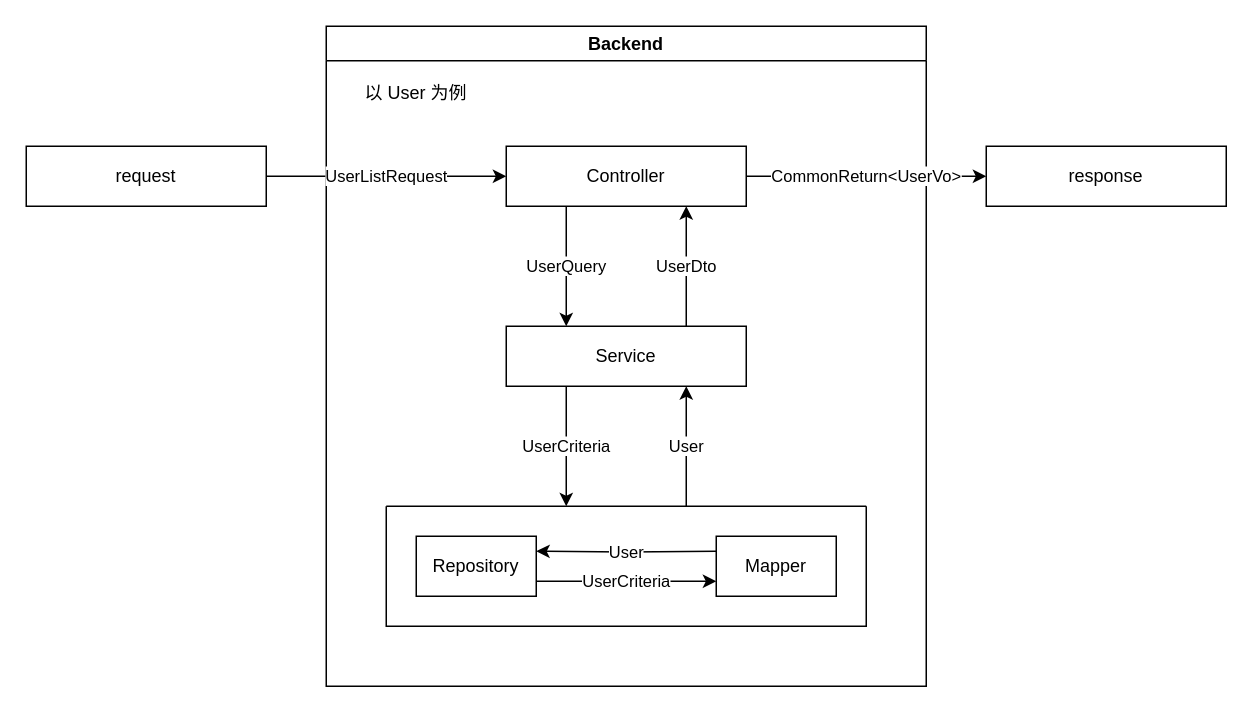
Above: docs/框架架构设计/后端分层设计细节.drawio in footprintcat/admin-template (draw.io), before the change. Source tidied: cells renumbered, new cells numbered last; positions are measured from the earlier drawing's top-left corner, leaving out a move shared by most shapes. Both pictures are drawn from the tidied source at 150%, with x=0, y=0 at pixel (26, 26).
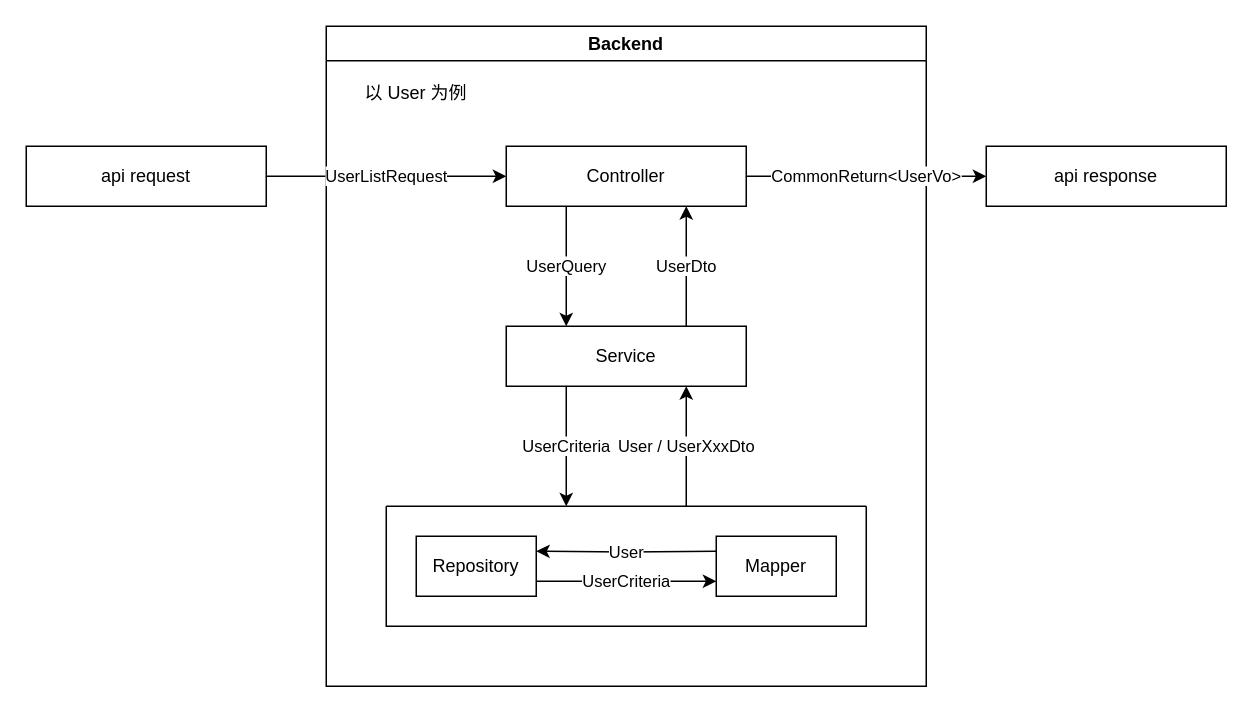
The same page after the edit.

The change refers to these unchanged cells:
```xml
<mxCell id="2" value="Backend" style="swimlane;whiteSpace=wrap;html=1;" parent="1" vertex="1">
  <mxGeometry x="200" width="400" height="440" as="geometry" />
</mxCell>
```

The edit, as a diff of the source:
```diff
@@
-    <mxCell id="7" value="User" style="edgeStyle=orthogonalEdgeStyle;rounded=0;orthogonalLoop=1;jettySize=auto;html=1;exitX=0.75;exitY=0;exitDx=0;exitDy=0;" parent="2" edge="1">
+    <mxCell id="7" value="User / UserXxxDto" style="edgeStyle=orthogonalEdgeStyle;rounded=0;orthogonalLoop=1;jettySize=auto;html=1;exitX=0.75;exitY=0;exitDx=0;exitDy=0;" parent="2" edge="1">
       <mxGeometry relative="1" as="geometry">
         <mxPoint x="240" y="320" as="sourcePoint" />
         <mxPoint x="240" y="240" as="targetPoint" />
       </mxGeometry>
     </mxCell>
@@
-    <mxCell id="16" value="request" style="rounded=0;whiteSpace=wrap;html=1;" parent="1" vertex="1">
+    <mxCell id="16" value="api request" style="rounded=0;whiteSpace=wrap;html=1;" parent="1" vertex="1">
       <mxGeometry y="80" width="160" height="40" as="geometry" />
     </mxCell>
-    <mxCell id="17" value="response" style="rounded=0;whiteSpace=wrap;html=1;" parent="1" vertex="1">
+    <mxCell id="17" value="api response" style="rounded=0;whiteSpace=wrap;html=1;" parent="1" vertex="1">
       <mxGeometry x="640" y="80" width="160" height="40" as="geometry" />
     </mxCell>
```
